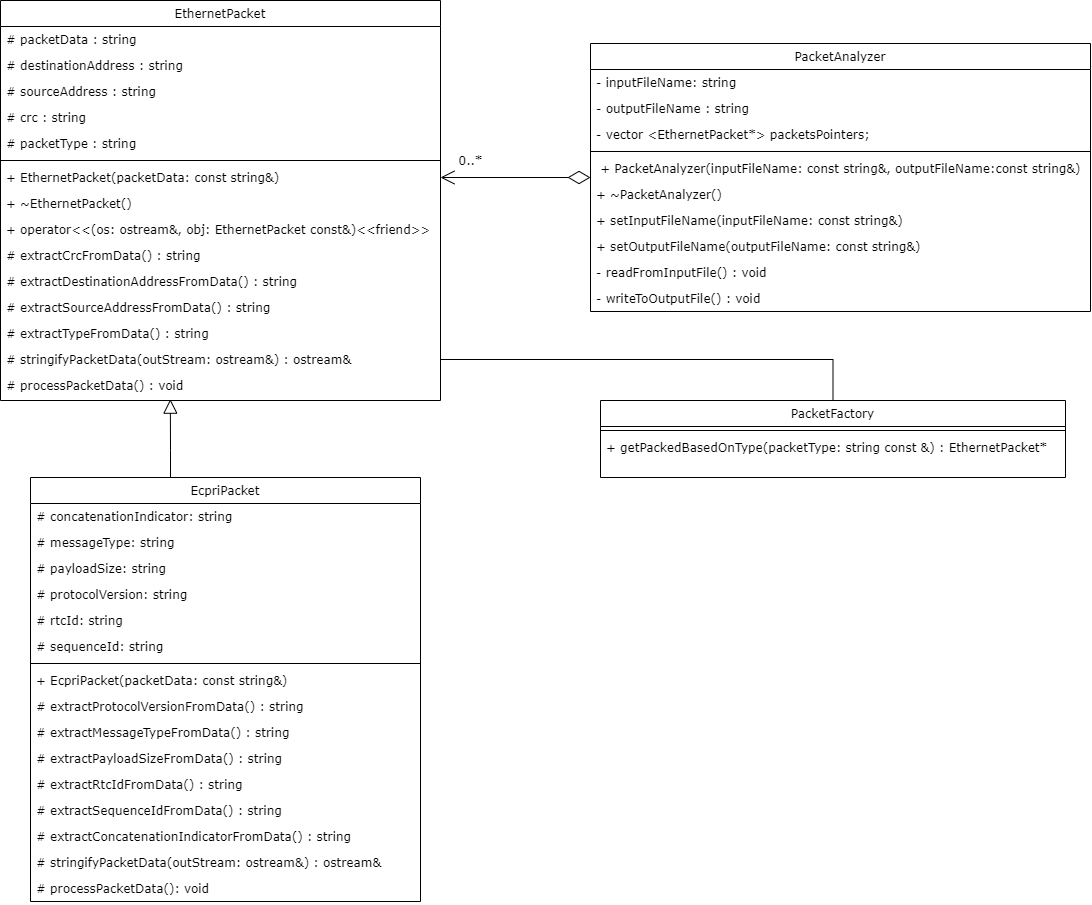
Earlier version of the draw.io export UML_Diagram.png (fadiakhaledd/Packet-Analyzer). Source tidied: cells renumbered, new cells last; positions are measured from the earlier drawing's top-left corner, leaving out a move shared by most shapes.
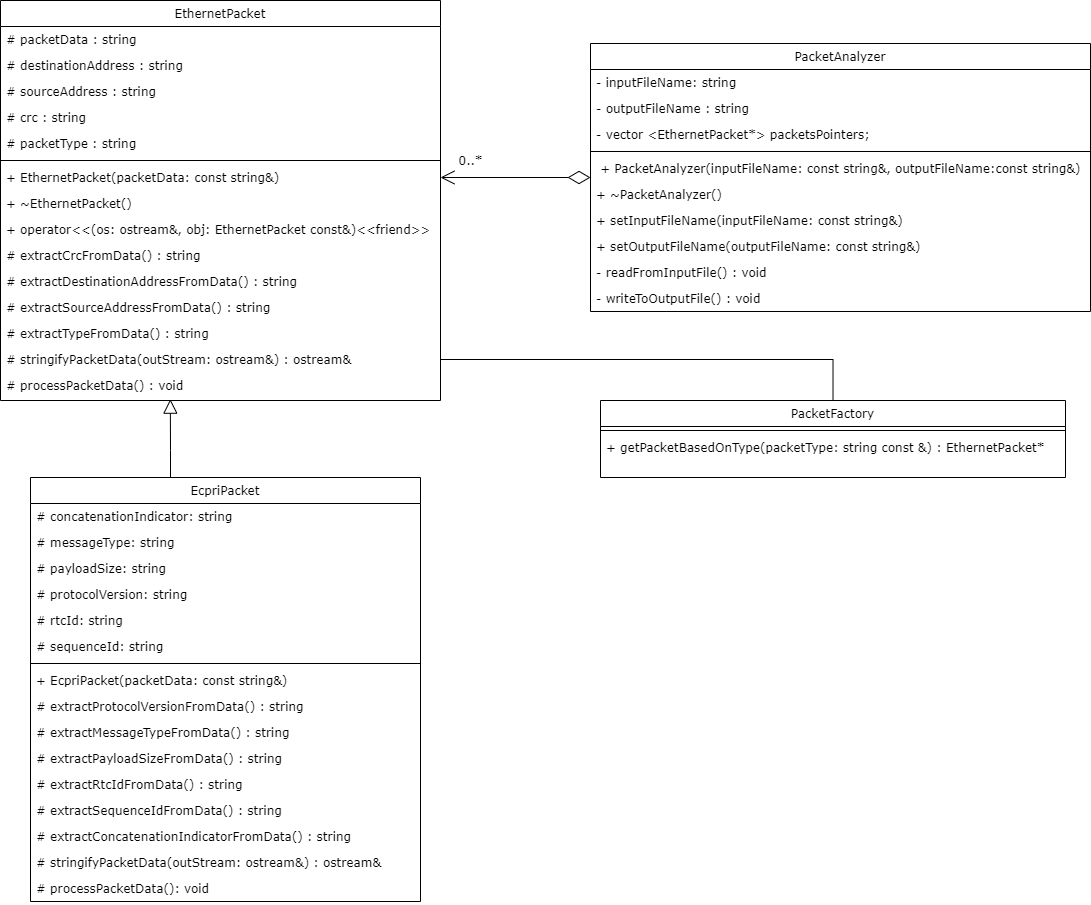
Above is the later version.

Commit message:
replacing uml

What changed in the source:
```diff
@@ -158,7 +158,7 @@
     <mxCell id="50" style="line;html=1;strokeWidth=1;align=left;verticalAlign=middle;spacingTop=-1;spacingLeft=3;spacingRight=3;labelPosition=right;fontFamily=Verdana;" parent="49" vertex="1">
       <mxGeometry y="26" width="465" height="8" as="geometry" />
     </mxCell>
-    <mxCell id="51" value="+ getPackedBasedOnType(packetType: string const &amp;) : EthernetPacket*&#10;" style="text;align=left;verticalAlign=top;spacingLeft=4;spacingRight=4;overflow=hidden;fontFamily=Verdana;" parent="49" vertex="1">
+    <mxCell id="51" value="+ getPacketBasedOnType(packetType: string const &amp;) : EthernetPacket*&#10;" style="text;align=left;verticalAlign=top;spacingLeft=4;spacingRight=4;overflow=hidden;fontFamily=Verdana;" parent="49" vertex="1">
       <mxGeometry y="34" width="465" height="26" as="geometry" />
     </mxCell>
     <mxCell id="52" value="0..*" style="text;html=1;align=center;verticalAlign=middle;fontFamily=Verdana;" parent="1" vertex="1">
```
